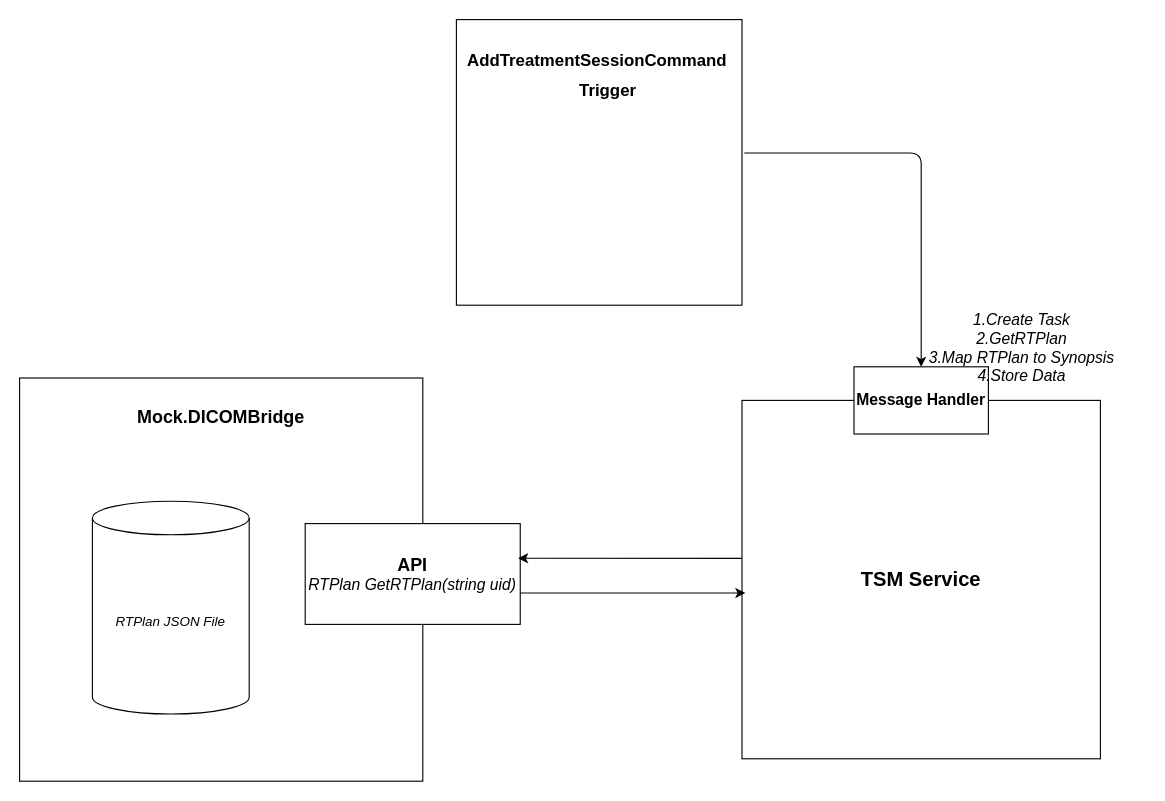
The draw.io diagram DICOM Bridge.drawio in xyzish/Diagram, before the edit. Source tidied: cells renumbered, new cells numbered last; positions are measured from the earlier drawing's top-left corner, leaving out a move shared by most shapes. Both pictures are drawn from the tidied source at 112%, with x=0, y=0 at pixel (19, 19).
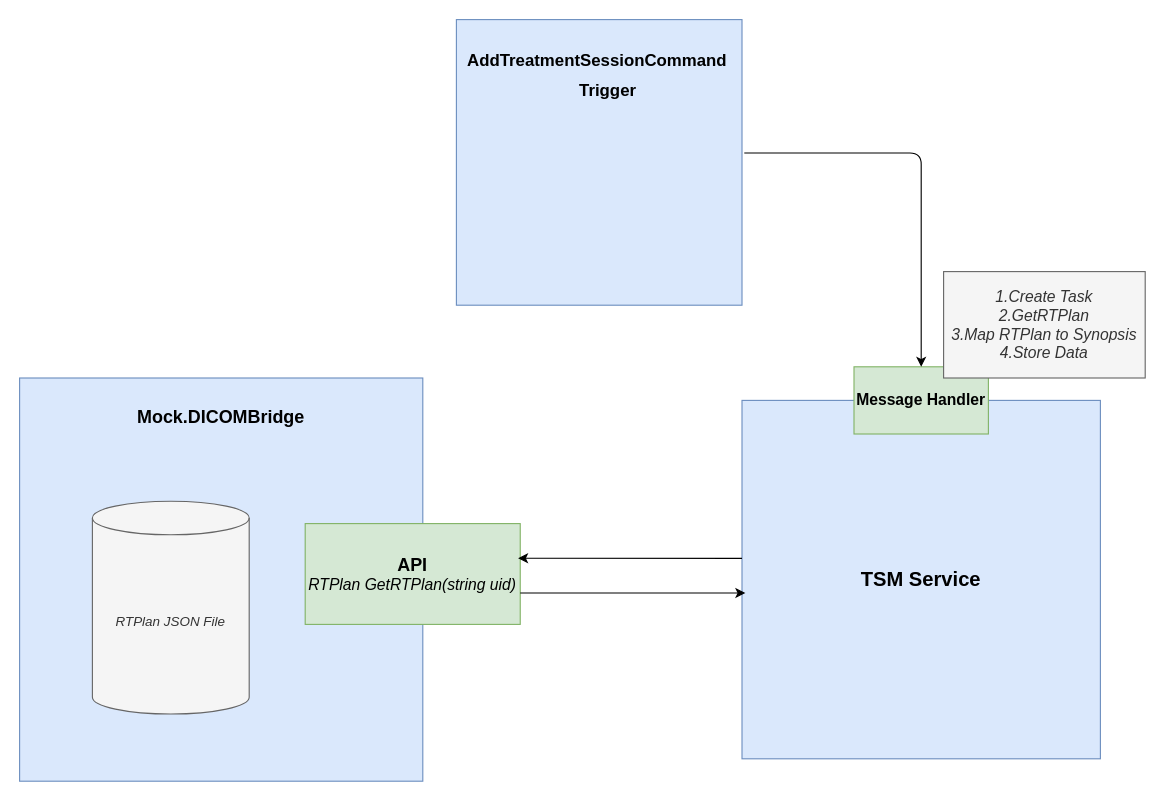
The same page after the edit.

What changed in the source:
```diff
@@
 <mxGraphModel>
   <root>
     <mxCell id="0" />
     <mxCell id="1" parent="0" />
-    <mxCell id="2" style="whiteSpace=wrap;html=1;" parent="1" vertex="1">
+    <mxCell id="2" style="whiteSpace=wrap;html=1;fillColor=#dae8fc;strokeColor=#6c8ebf;" parent="1" vertex="1">
       <mxGeometry y="320" width="360" height="360" as="geometry" />
     </mxCell>
     <mxCell id="3" value="&lt;b&gt;&lt;font style=&quot;font-size: 16px&quot;&gt;Mock.DICOMBridge&lt;/font&gt;&lt;/b&gt;" style="text;html=1;strokeColor=none;fillColor=none;align=center;verticalAlign=middle;whiteSpace=wrap;rounded=0;" parent="1" vertex="1">
       <mxGeometry x="105" y="340" width="150" height="30" as="geometry" />
     </mxCell>
-    <mxCell id="4" value="&lt;i&gt;RTPlan JSON File&lt;/i&gt;" style="shape=cylinder3;whiteSpace=wrap;html=1;boundedLbl=1;backgroundOutline=1;size=15;" parent="1" vertex="1">
+    <mxCell id="4" value="&lt;i&gt;RTPlan JSON File&lt;/i&gt;" style="shape=cylinder3;whiteSpace=wrap;html=1;boundedLbl=1;backgroundOutline=1;size=15;fillColor=#f5f5f5;strokeColor=#666666;fontColor=#333333;" parent="1" vertex="1">
       <mxGeometry x="65" y="430" width="140" height="190" as="geometry" />
     </mxCell>
-    <mxCell id="5" value="&lt;div&gt;&lt;font size=&quot;1&quot;&gt;&lt;b style=&quot;font-size: 16px&quot;&gt;API&lt;/b&gt;&lt;/font&gt;&lt;/div&gt;&lt;div&gt;&lt;font size=&quot;1&quot;&gt;&lt;i style=&quot;font-size: 14px&quot;&gt;RTPlan GetRTPlan(string uid)&lt;/i&gt;&lt;/font&gt;&lt;br&gt;&lt;/div&gt;" style="rounded=0;whiteSpace=wrap;html=1;" parent="1" vertex="1">
+    <mxCell id="5" value="&lt;div&gt;&lt;font size=&quot;1&quot;&gt;&lt;b style=&quot;font-size: 16px&quot;&gt;API&lt;/b&gt;&lt;/font&gt;&lt;/div&gt;&lt;div&gt;&lt;font size=&quot;1&quot;&gt;&lt;i style=&quot;font-size: 14px&quot;&gt;RTPlan GetRTPlan(string uid)&lt;/i&gt;&lt;/font&gt;&lt;br&gt;&lt;/div&gt;" style="rounded=0;whiteSpace=wrap;html=1;fillColor=#d5e8d4;strokeColor=#82b366;" parent="1" vertex="1">
       <mxGeometry x="255" y="450" width="192" height="90" as="geometry" />
     </mxCell>
-    <mxCell id="6" value="&lt;b&gt;&lt;font style=&quot;font-size: 18px&quot;&gt;TSM Service&lt;/font&gt;&lt;/b&gt;" style="whiteSpace=wrap;html=1;" parent="1" vertex="1">
+    <mxCell id="6" value="&lt;b&gt;&lt;font style=&quot;font-size: 18px&quot;&gt;TSM Service&lt;/font&gt;&lt;/b&gt;" style="whiteSpace=wrap;html=1;fillColor=#dae8fc;strokeColor=#6c8ebf;" parent="1" vertex="1">
       <mxGeometry x="645" y="340" width="320" height="320" as="geometry" />
     </mxCell>
     <mxCell id="7" style="endArrow=classic;html=1;" parent="1" edge="1">
       <mxGeometry relative="1" as="geometry">
         <mxPoint x="447" y="512" as="sourcePoint" />
         <mxPoint x="648" y="512" as="targetPoint" />
       </mxGeometry>
     </mxCell>
     <mxCell id="8" style="endArrow=classic;html=1;entryX=0.99;entryY=0.344;entryDx=0;entryDy=0;rounded=1;entryPerimeter=0;" parent="1" edge="1" target="5">
       <mxGeometry relative="1" as="geometry">
         <mxPoint x="645" y="481" as="sourcePoint" />
       </mxGeometry>
     </mxCell>
-    <mxCell id="9" value="&lt;font style=&quot;font-size: 14px&quot;&gt;&lt;b&gt;Message Handler&lt;br&gt;&lt;/b&gt;&lt;/font&gt;" style="rounded=0;whiteSpace=wrap;html=1;" parent="1" vertex="1">
+    <mxCell id="9" value="&lt;font style=&quot;font-size: 14px&quot;&gt;&lt;b&gt;Message Handler&lt;br&gt;&lt;/b&gt;&lt;/font&gt;" style="rounded=0;whiteSpace=wrap;html=1;fillColor=#d5e8d4;strokeColor=#82b366;shadow=0;glass=0;" parent="1" vertex="1">
       <mxGeometry x="745" y="310" width="120" height="60" as="geometry" />
     </mxCell>
-    <mxCell id="10" style="whiteSpace=wrap;html=1;" parent="1" vertex="1">
+    <mxCell id="10" style="whiteSpace=wrap;html=1;fillColor=#dae8fc;strokeColor=#6c8ebf;" parent="1" vertex="1">
       <mxGeometry x="390" width="255" height="255" as="geometry" />
     </mxCell>
     <mxCell id="11" value="&lt;div style=&quot;line-height: 1.75 ; font-size: 15px&quot; align=&quot;left&quot;&gt;&lt;b&gt;&lt;font style=&quot;font-size: 15px&quot;&gt;AddTreatmentSessionCommand&lt;/font&gt;&lt;/b&gt;&lt;/div&gt;&lt;div style=&quot;line-height: 1.75 ; font-size: 15px&quot; align=&quot;left&quot;&gt;&lt;b&gt;&lt;font style=&quot;font-size: 15px&quot;&gt;&amp;nbsp;&amp;nbsp;&amp;nbsp;&amp;nbsp;&amp;nbsp;&amp;nbsp;&amp;nbsp;&amp;nbsp;&amp;nbsp;&amp;nbsp;&amp;nbsp;&amp;nbsp;&amp;nbsp;&amp;nbsp;&amp;nbsp;&amp;nbsp;&amp;nbsp;&amp;nbsp;&amp;nbsp;&amp;nbsp;&amp;nbsp;&amp;nbsp;&amp;nbsp; Trigger&lt;br&gt;&lt;/font&gt;&lt;/b&gt;&lt;/div&gt;" style="text;html=1;strokeColor=none;fillColor=none;align=left;verticalAlign=middle;whiteSpace=wrap;rounded=0;" parent="1" vertex="1">
       <mxGeometry x="397.5" y="10" width="240" height="80" as="geometry" />
     </mxCell>
     <mxCell id="12" style="endArrow=classic;html=1;edgeStyle=orthogonalEdgeStyle;entryX=0.5;entryY=0;entryDx=0;entryDy=0;exitX=1.008;exitY=0.467;exitDx=0;exitDy=0;exitPerimeter=0;" parent="1" edge="1" source="10" target="9">
       <mxGeometry relative="1" as="geometry" />
     </mxCell>
-    <mxCell id="13" value="&lt;div style=&quot;font-size: 14px&quot;&gt;&lt;i&gt;&lt;font style=&quot;font-size: 14px&quot;&gt;1.Create Task&lt;/font&gt;&lt;/i&gt;&lt;/div&gt;&lt;div style=&quot;font-size: 14px&quot;&gt;&lt;i&gt;&lt;font style=&quot;font-size: 14px&quot;&gt;2.GetRTPlan&lt;/font&gt;&lt;/i&gt;&lt;/div&gt;&lt;div style=&quot;font-size: 14px&quot;&gt;&lt;i&gt;&lt;font style=&quot;font-size: 14px&quot;&gt;3.Map RTPlan to Synopsis&lt;/font&gt;&lt;/i&gt;&lt;/div&gt;&lt;div style=&quot;font-size: 14px&quot;&gt;&lt;i&gt;&lt;font style=&quot;font-size: 14px&quot;&gt;4.Store Data&lt;br&gt;&lt;/font&gt;&lt;/i&gt;&lt;/div&gt;" style="text;html=1;strokeColor=none;fillColor=none;align=center;verticalAlign=middle;whiteSpace=wrap;rounded=0;" parent="1" vertex="1">
-      <mxGeometry x="805" y="245" width="180" height="95" as="geometry" />
+    <mxCell id="13" value="&lt;div style=&quot;font-size: 14px&quot;&gt;&lt;i&gt;&lt;font style=&quot;font-size: 14px&quot;&gt;1.Create Task&lt;/font&gt;&lt;/i&gt;&lt;/div&gt;&lt;div style=&quot;font-size: 14px&quot;&gt;&lt;i&gt;&lt;font style=&quot;font-size: 14px&quot;&gt;2.GetRTPlan&lt;/font&gt;&lt;/i&gt;&lt;/div&gt;&lt;div style=&quot;font-size: 14px&quot;&gt;&lt;i&gt;&lt;font style=&quot;font-size: 14px&quot;&gt;3.Map RTPlan to Synopsis&lt;/font&gt;&lt;/i&gt;&lt;/div&gt;&lt;div style=&quot;font-size: 14px&quot;&gt;&lt;i&gt;&lt;font style=&quot;font-size: 14px&quot;&gt;4.Store Data&lt;br&gt;&lt;/font&gt;&lt;/i&gt;&lt;/div&gt;" style="text;html=1;strokeColor=#666666;fillColor=#f5f5f5;align=center;verticalAlign=middle;whiteSpace=wrap;rounded=0;fontColor=#333333;" parent="1" vertex="1">
+      <mxGeometry x="825" y="225" width="180" height="95" as="geometry" />
     </mxCell>
   </root>
 </mxGraphModel>
```
